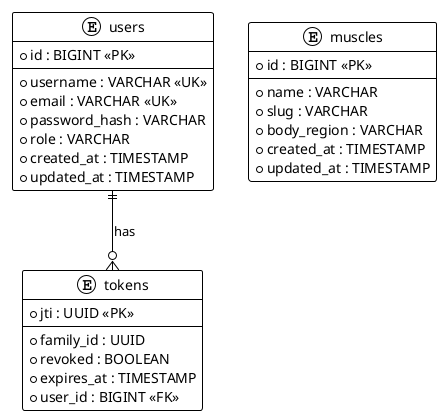
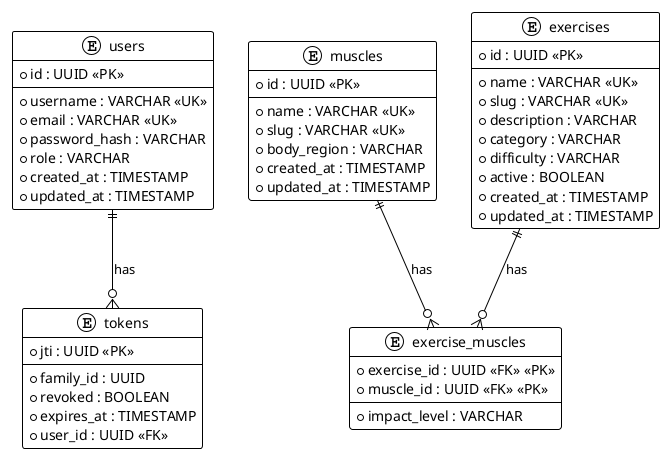
@startuml
!theme plain

entity "users" {
-   * id : BIGINT <<PK>>
-   --
-   * username : VARCHAR <<UK>>
-   * email : VARCHAR <<UK>>
-   * password_hash : VARCHAR
-   * role : VARCHAR
-   * created_at : TIMESTAMP
-   * updated_at : TIMESTAMP
+     * id : UUID <<PK>>
+     --
+     * username : VARCHAR <<UK>>
+     * email : VARCHAR <<UK>>
+     * password_hash : VARCHAR
+     * role : VARCHAR
+     * created_at : TIMESTAMP
+     * updated_at : TIMESTAMP
}

entity "tokens" {
-   * jti : UUID <<PK>>
-   --
-   * family_id : UUID
-   * revoked : BOOLEAN
-   * expires_at : TIMESTAMP
-   * user_id : BIGINT <<FK>>
+     * jti : UUID <<PK>>
+     --
+     * family_id : UUID
+     * revoked : BOOLEAN
+     * expires_at : TIMESTAMP
+     * user_id : UUID <<FK>>
}

entity "muscles" {
-   * id : BIGINT <<PK>>
-   --
-   * name : VARCHAR
-   * slug : VARCHAR
-   * body_region : VARCHAR
-   * created_at : TIMESTAMP
-   * updated_at : TIMESTAMP
+     * id : UUID <<PK>>
+     --
+     * name : VARCHAR <<UK>>
+     * slug : VARCHAR <<UK>>
+     * body_region : VARCHAR
+     * created_at : TIMESTAMP
+     * updated_at : TIMESTAMP
}

+ entity "exercises" {
+     * id : UUID <<PK>>
+     --
+     * name : VARCHAR <<UK>>
+     * slug : VARCHAR <<UK>>
+     * description : VARCHAR
+     * category : VARCHAR
+     * difficulty : VARCHAR
+     * active : BOOLEAN
+     * created_at : TIMESTAMP
+     * updated_at : TIMESTAMP
+ }
+ 
+ entity "exercise_muscles" {
+     * exercise_id : UUID <<FK>> <<PK>>
+     * muscle_id : UUID <<FK>> <<PK>>
+     --
+     * impact_level : VARCHAR
+ }
+ 
+ "exercises" ||--o{ "exercise_muscles" : "has"
+ "muscles" ||--o{ "exercise_muscles" : "has"
"users" ||--o{ "tokens" : "has"

@enduml
